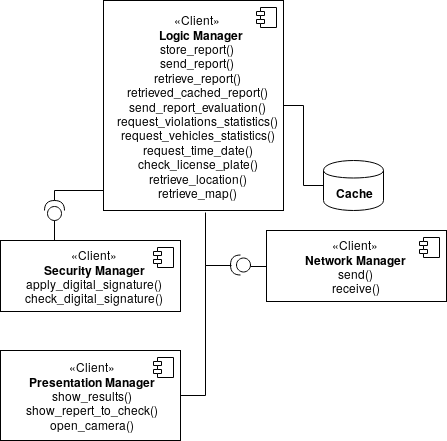
This is DD/img/component_interface_diagrams/client_component_interface.png from dariomiceli3/SafeStreet, a draw.io export, as it was before one commit. Source tidied: cells renumbered, new cells last; positions are measured from the earlier drawing's top-left corner, leaving out a move shared by most shapes.
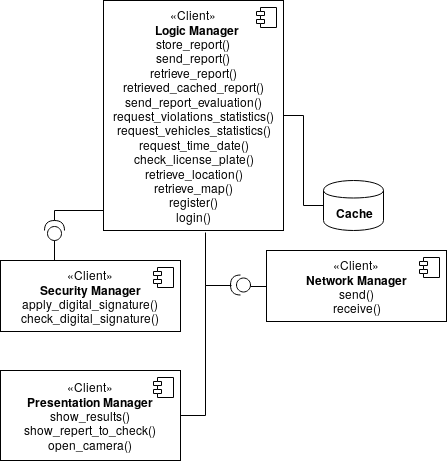
The same diagram one commit later.

What changed in the source:
```diff
@@ -55,8 +55,8 @@
         </Array>
       </mxGeometry>
     </mxCell>
-    <mxCell id="15" value="«Client»&lt;br&gt;&lt;div&gt;&lt;b&gt;&amp;nbsp; Logic Manager&lt;/b&gt;&lt;/div&gt;store_report()&lt;br&gt;send_report() &lt;br&gt;retrieve_report()&lt;br&gt;retrieved_cached_report() &lt;br&gt;send_report_evaluation()&lt;br&gt;request_violations_statistics()&lt;br&gt;&lt;div&gt;request_vehicles_statistics()&lt;/div&gt;&lt;div&gt;request_time_date()&lt;/div&gt;&lt;div&gt;check_license_plate()&lt;/div&gt;&lt;div&gt;retrieve_location()&lt;/div&gt;&lt;div&gt;retrieve_map()&lt;br&gt;&lt;/div&gt;" style="html=1;" parent="1" vertex="1">
-      <mxGeometry x="103" width="180" height="210" as="geometry" />
+    <mxCell id="15" value="«Client»&lt;br&gt;&lt;div&gt;&lt;b&gt;&amp;nbsp; Logic Manager&lt;/b&gt;&lt;/div&gt;store_report()&lt;br&gt;send_report() &lt;br&gt;retrieve_report()&lt;br&gt;retrieved_cached_report() &lt;br&gt;send_report_evaluation()&lt;br&gt;request_violations_statistics()&lt;br&gt;&lt;div&gt;request_vehicles_statistics()&lt;/div&gt;&lt;div&gt;request_time_date()&lt;/div&gt;&lt;div&gt;check_license_plate()&lt;/div&gt;&lt;div&gt;retrieve_location()&lt;/div&gt;&lt;div&gt;retrieve_map()&lt;br&gt;&lt;/div&gt;&lt;div&gt;register()&lt;/div&gt;&lt;div&gt;login()&lt;br&gt;&lt;/div&gt;" style="html=1;" parent="1" vertex="1">
+      <mxGeometry x="103" y="-20" width="180" height="230" as="geometry" />
     </mxCell>
     <mxCell id="16" style="shape=component;jettyWidth=8;jettyHeight=4;" parent="15" vertex="1">
       <mxGeometry x="1" width="20" height="20" relative="1" as="geometry">
```
